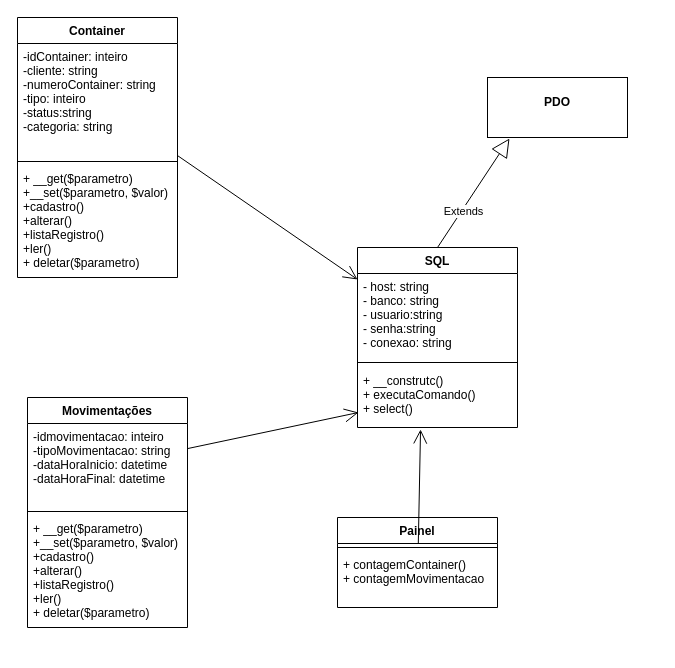
Before: DOC/diagrama-uml-crud-container.drawio in Cesar959/crud-porto-navio, a draw.io diagram. Source tidied: cells renumbered, new cells numbered last; positions are measured from the earlier drawing's top-left corner, leaving out a move shared by most shapes. Both pictures are drawn from the tidied source at 100%, with x=0, y=0 at pixel (17, 17).
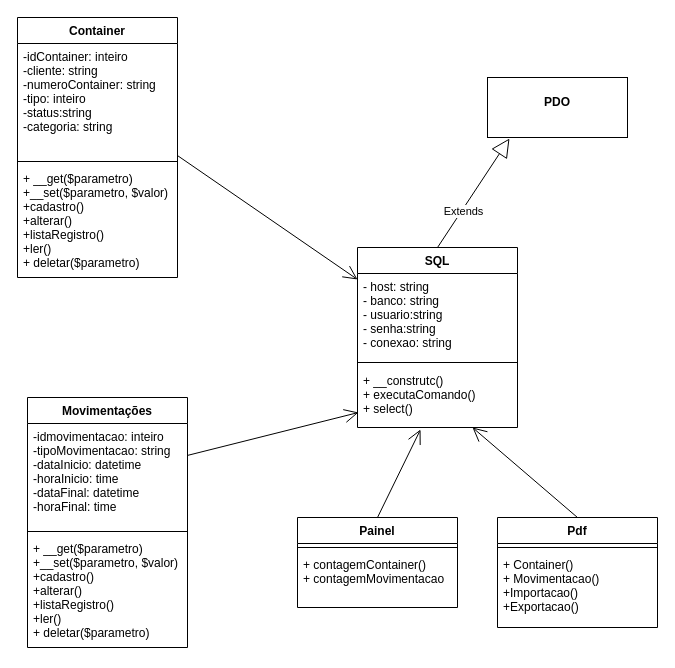
The same page after the edit.

Unchanged cells that the change refers to:
```xml
<mxCell id="9" value="+ __construtc()&#10;+ executaComando()&#10;+ select()&#10;" style="text;strokeColor=none;fillColor=none;align=left;verticalAlign=top;spacingLeft=4;spacingRight=4;overflow=hidden;points=[[0,0.5],[1,0.5]];portConstraint=eastwest;" parent="6" vertex="1">
  <mxGeometry y="120" width="160" height="60" as="geometry" />
</mxCell>
```

The edit, as a diff of the source:
```diff
@@
     <mxCell id="13" value="Movimentações" style="swimlane;fontStyle=1;align=center;verticalAlign=top;horizontal=1;startSize=26;" parent="1" vertex="1">
-      <mxGeometry x="10" y="380" width="160" height="230" as="geometry" />
+      <mxGeometry x="10" y="380" width="160" height="250" as="geometry" />
     </mxCell>
-    <mxCell id="14" value="-idmovimentacao: inteiro&#10;-tipoMovimentacao: string&#10;-dataHoraInicio: datetime&#10;-dataHoraFinal: datetime&#10;" style="text;strokeColor=none;fillColor=none;align=left;verticalAlign=top;spacingLeft=4;spacingRight=4;overflow=hidden;points=[[0,0.5],[1,0.5]];portConstraint=eastwest;" parent="13" vertex="1">
-      <mxGeometry y="26" width="160" height="84" as="geometry" />
+    <mxCell id="14" value="-idmovimentacao: inteiro&#10;-tipoMovimentacao: string&#10;-dataInicio: datetime&#10;-horaInicio: time&#10;-dataFinal: datetime&#10;-horaFinal: time&#10;" style="text;strokeColor=none;fillColor=none;align=left;verticalAlign=top;spacingLeft=4;spacingRight=4;overflow=hidden;points=[[0,0.5],[1,0.5]];portConstraint=eastwest;" parent="13" vertex="1">
+      <mxGeometry y="26" width="160" height="104" as="geometry" />
     </mxCell>
     <mxCell id="15" style="line;strokeWidth=1;fillColor=none;align=left;verticalAlign=middle;spacingTop=-1;spacingLeft=3;spacingRight=3;labelPosition=right;" parent="13" vertex="1">
-      <mxGeometry y="110" width="160" height="8" as="geometry" />
+      <mxGeometry y="130" width="160" height="8" as="geometry" />
     </mxCell>
     <mxCell id="16" value="+ __get($parametro)&#10;+__set($parametro, $valor)&#10;+cadastro()&#10;+alterar()&#10;+listaRegistro()&#10;+ler()&#10;+ deletar($parametro)" style="text;strokeColor=none;fillColor=none;align=left;verticalAlign=top;spacingLeft=4;spacingRight=4;overflow=hidden;" parent="13" vertex="1">
-      <mxGeometry y="118" width="160" height="112" as="geometry" />
+      <mxGeometry y="138" width="160" height="112" as="geometry" />
     </mxCell>
@@
     <mxCell id="18" value="Painel" style="swimlane;fontStyle=1;align=center;verticalAlign=top;horizontal=1;startSize=26;" parent="1" vertex="1">
-      <mxGeometry x="320" y="500" width="160" height="90" as="geometry" />
+      <mxGeometry x="280" y="500" width="160" height="90" as="geometry" />
     </mxCell>
@@
-    <mxCell id="21" style="endArrow=open;endFill=1;endSize=12;html=1;rounded=0;entryX=0.394;entryY=1.033;entryDx=0;entryDy=0;entryPerimeter=0;" parent="1" edge="1" target="9">
-      <mxGeometry relative="1" as="geometry">
-        <mxPoint x="400.8" y="526" as="sourcePoint" />
-      </mxGeometry>
+    <mxCell id="21" style="endArrow=open;endFill=1;endSize=12;html=1;rounded=0;entryX=0.394;entryY=1.033;entryDx=0;entryDy=0;entryPerimeter=0;exitX=0.5;exitY=0;exitDx=0;exitDy=0;" parent="1" edge="1" source="18" target="9">
+      <mxGeometry relative="1" as="geometry" />
     </mxCell>
+    <mxCell id="22" value="Pdf" style="swimlane;fontStyle=1;align=center;verticalAlign=top;horizontal=1;startSize=26;" parent="1" vertex="1">
+      <mxGeometry x="480" y="500" width="160" height="110" as="geometry" />
+    </mxCell>
+    <mxCell id="23" style="line;strokeWidth=1;fillColor=none;align=left;verticalAlign=middle;spacingTop=-1;spacingLeft=3;spacingRight=3;labelPosition=right;" parent="22" vertex="1">
+      <mxGeometry y="26" width="160" height="8" as="geometry" />
+    </mxCell>
+    <mxCell id="24" value="+ Container()&#10;+ Movimentacao()&#10;+Importacao()&#10;+Exportacao()" style="text;strokeColor=none;fillColor=none;align=left;verticalAlign=top;spacingLeft=4;spacingRight=4;overflow=hidden;" parent="22" vertex="1">
+      <mxGeometry y="34" width="160" height="76" as="geometry" />
+    </mxCell>
+    <mxCell id="25" style="endArrow=open;endFill=1;endSize=12;html=1;rounded=0;exitX=0.5;exitY=0;exitDx=0;exitDy=0;" parent="1" edge="1" source="22" target="9">
+      <mxGeometry relative="1" as="geometry" />
+    </mxCell>
```
